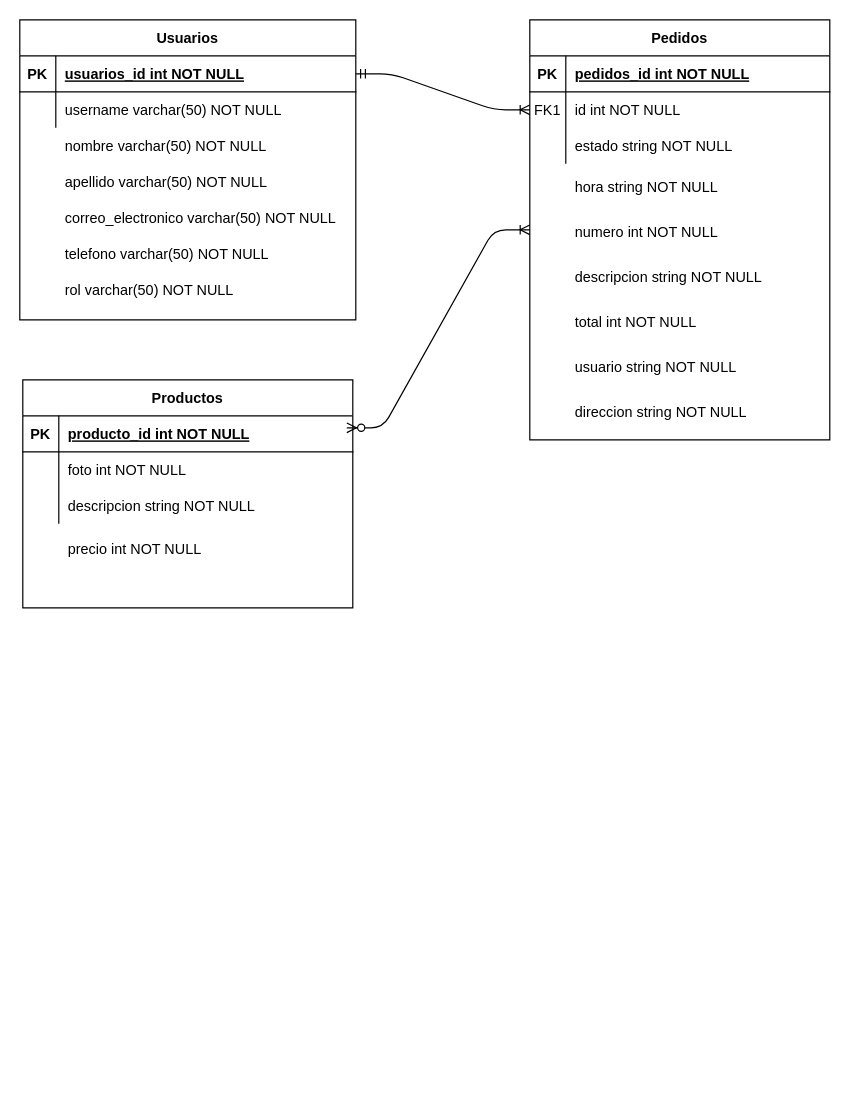
The draw.io diagram Esquema de Tablas.drawio in darodweb/Delilah-Resto, before the edit. Source tidied: cells renumbered, new cells numbered last; positions are measured from the earlier drawing's top-left corner, leaving out a move shared by most shapes. Both pictures are drawn from the tidied source at 120%, with x=0, y=0 at pixel (19, 19).
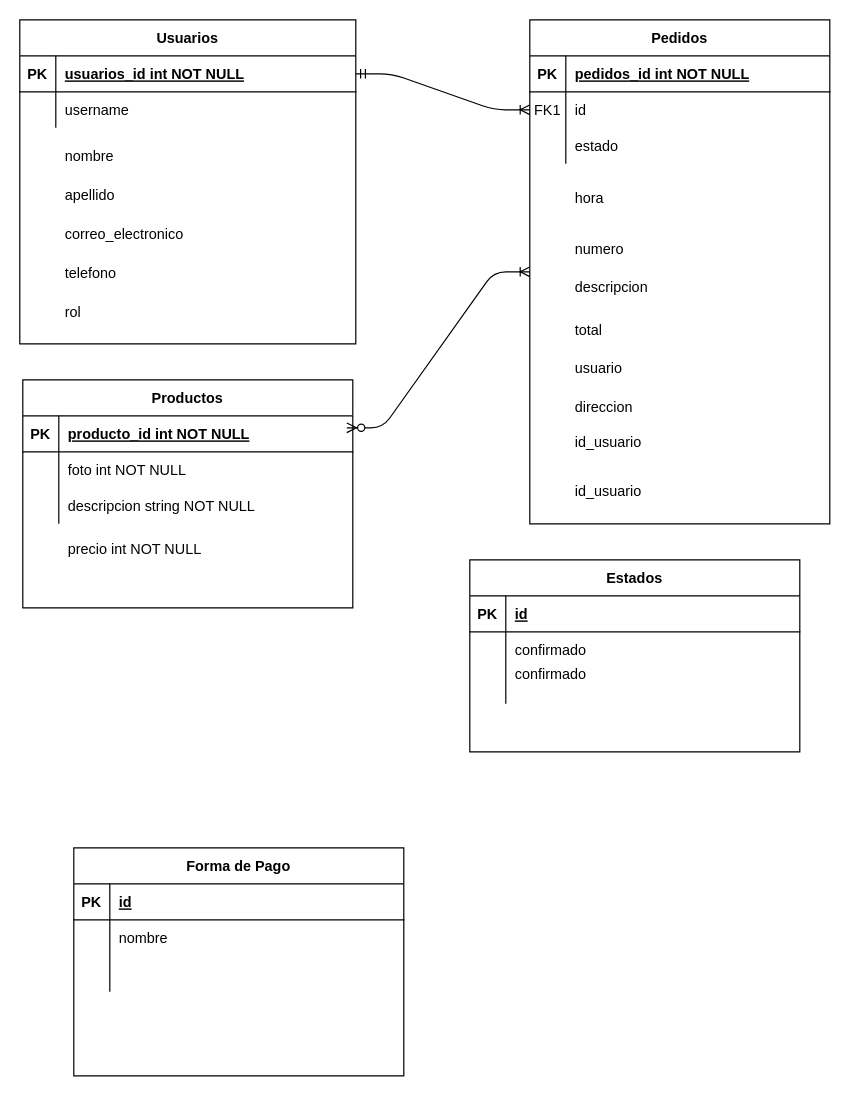
The same diagram, later.

The change refers to these unchanged cells:
```xml
<mxCell id="7" style="shape=partialRectangle;fillColor=none;points=[[0,0.5],[1,0.5]];portConstraint=eastwest;top=0;left=0;right=0;bottom=0;" parent="3" vertex="1">
  <mxGeometry y="60" width="250" height="30" as="geometry" />
</mxCell>
<mxCell id="10" style="shape=partialRectangle;fillColor=none;top=0;left=0;right=0;bottom=0;" parent="3" vertex="1">
  <mxGeometry y="90" width="250" height="30" as="geometry" />
</mxCell>
<mxCell id="24" style="shape=partialRectangle;fillColor=none;top=0;left=0;right=0;bottom=0;" parent="20" vertex="1">
  <mxGeometry y="60" width="280" height="30" as="geometry" />
</mxCell>
```

Change to the diagram source:
```diff
@@
     <mxCell id="2" style="group;" parent="1" vertex="1">
-      <mxGeometry x="425" width="250" height="350" as="geometry" />
+      <mxGeometry x="425" width="250" height="420" as="geometry" />
     </mxCell>
     <mxCell id="3" value="Pedidos" style="shape=table;startSize=30;childLayout=tableLayout;rowLines=0;fontStyle=1;align=center;" parent="2" vertex="1">
-      <mxGeometry width="250" height="350" as="geometry" />
+      <mxGeometry width="250" height="420" as="geometry" />
     </mxCell>
@@
-    <mxCell id="9" value="id int NOT NULL" style="shape=partialRectangle;overflow=hidden;fillColor=none;top=0;left=0;bottom=0;right=0;align=left;spacingLeft=6;" parent="7" vertex="1">
+    <mxCell id="9" value="id" style="shape=partialRectangle;overflow=hidden;fillColor=none;top=0;left=0;bottom=0;right=0;align=left;spacingLeft=6;" parent="7" vertex="1">
       <mxGeometry x="30" width="220" height="30" as="geometry" />
     </mxCell>
@@
-    <mxCell id="12" value="estado string NOT NULL" style="shape=partialRectangle;overflow=hidden;fillColor=none;top=0;left=0;bottom=0;right=0;align=left;spacingLeft=6;" parent="10" vertex="1">
+    <mxCell id="12" value="estado" style="shape=partialRectangle;overflow=hidden;fillColor=none;top=0;left=0;bottom=0;right=0;align=left;spacingLeft=6;" parent="10" vertex="1">
       <mxGeometry x="30" width="220" height="30" as="geometry" />
     </mxCell>
-    <mxCell id="13" value="hora string NOT NULL" style="shape=partialRectangle;overflow=hidden;fillColor=none;top=0;left=0;bottom=0;right=0;align=left;spacingLeft=6;" parent="2" vertex="1">
-      <mxGeometry x="30" y="120" width="220" height="37.5" as="geometry" />
+    <mxCell id="13" value="hora " style="shape=partialRectangle;overflow=hidden;fillColor=none;top=0;left=0;bottom=0;right=0;align=left;spacingLeft=6;" parent="2" vertex="1">
+      <mxGeometry x="30" y="126" width="220" height="45" as="geometry" />
     </mxCell>
-    <mxCell id="14" value="numero int NOT NULL" style="shape=partialRectangle;overflow=hidden;fillColor=none;top=0;left=0;bottom=0;right=0;align=left;spacingLeft=6;" parent="2" vertex="1">
-      <mxGeometry x="30" y="157.5" width="220" height="37.5" as="geometry" />
+    <mxCell id="14" value="numero" style="shape=partialRectangle;overflow=hidden;fillColor=none;top=0;left=0;bottom=0;right=0;align=left;spacingLeft=6;" parent="2" vertex="1">
+      <mxGeometry x="30" y="168" width="220" height="45" as="geometry" />
     </mxCell>
-    <mxCell id="15" value="descripcion string NOT NULL" style="shape=partialRectangle;overflow=hidden;fillColor=none;top=0;left=0;bottom=0;right=0;align=left;spacingLeft=6;" parent="2" vertex="1">
-      <mxGeometry x="30" y="195" width="220" height="37.5" as="geometry" />
+    <mxCell id="15" value="descripcion" style="shape=partialRectangle;overflow=hidden;fillColor=none;top=0;left=0;bottom=0;right=0;align=left;spacingLeft=6;" parent="2" vertex="1">
+      <mxGeometry x="30" y="200" width="220" height="45" as="geometry" />
     </mxCell>
-    <mxCell id="16" value="total int NOT NULL" style="shape=partialRectangle;overflow=hidden;fillColor=none;top=0;left=0;bottom=0;right=0;align=left;spacingLeft=6;" parent="2" vertex="1">
-      <mxGeometry x="30" y="232.5" width="220" height="37.5" as="geometry" />
+    <mxCell id="16" value="total " style="shape=partialRectangle;overflow=hidden;fillColor=none;top=0;left=0;bottom=0;right=0;align=left;spacingLeft=6;" parent="2" vertex="1">
+      <mxGeometry x="30" y="235.5" width="220" height="45" as="geometry" />
     </mxCell>
-    <mxCell id="17" value="usuario string NOT NULL" style="shape=partialRectangle;overflow=hidden;fillColor=none;top=0;left=0;bottom=0;right=0;align=left;spacingLeft=6;" parent="2" vertex="1">
-      <mxGeometry x="30" y="270" width="220" height="37.5" as="geometry" />
+    <mxCell id="17" value="usuario" style="shape=partialRectangle;overflow=hidden;fillColor=none;top=0;left=0;bottom=0;right=0;align=left;spacingLeft=6;" parent="2" vertex="1">
+      <mxGeometry x="30" y="267" width="220" height="45" as="geometry" />
     </mxCell>
-    <mxCell id="18" value="direccion string NOT NULL" style="shape=partialRectangle;overflow=hidden;fillColor=none;top=0;left=0;bottom=0;right=0;align=left;spacingLeft=6;" parent="2" vertex="1">
-      <mxGeometry x="30" y="307.5" width="220" height="37.5" as="geometry" />
+    <mxCell id="18" value="direccion" style="shape=partialRectangle;overflow=hidden;fillColor=none;top=0;left=0;bottom=0;right=0;align=left;spacingLeft=6;" parent="2" vertex="1">
+      <mxGeometry x="30" y="300" width="220" height="45" as="geometry" />
     </mxCell>
+    <mxCell id="47" value="id_usuario" style="shape=partialRectangle;overflow=hidden;fillColor=none;top=0;left=0;bottom=0;right=0;align=left;spacingLeft=6;" parent="2" vertex="1">
+      <mxGeometry x="30" y="370" width="220" height="45" as="geometry" />
+    </mxCell>
+    <mxCell id="48" value="id_usuario" style="shape=partialRectangle;overflow=hidden;fillColor=none;top=0;left=0;bottom=0;right=0;align=left;spacingLeft=6;" parent="2" vertex="1">
+      <mxGeometry x="30" y="330" width="220" height="42.9" as="geometry" />
+    </mxCell>
     <mxCell id="19" style="group;" parent="1" vertex="1">
-      <mxGeometry width="280" height="250" as="geometry" />
+      <mxGeometry width="280" height="270" as="geometry" />
     </mxCell>
     <mxCell id="20" value="Usuarios" style="shape=table;startSize=30;childLayout=tableLayout;rowLines=0;fontStyle=1;align=center;" parent="19" vertex="1">
-      <mxGeometry width="280" height="250" as="geometry" />
+      <mxGeometry width="280" height="270" as="geometry" />
     </mxCell>
@@
-    <mxCell id="26" value="username varchar(50) NOT NULL" style="shape=partialRectangle;overflow=hidden;fillColor=none;top=0;left=0;bottom=0;right=0;align=left;spacingLeft=6;" parent="24" vertex="1">
+    <mxCell id="26" value="username" style="shape=partialRectangle;overflow=hidden;fillColor=none;top=0;left=0;bottom=0;right=0;align=left;spacingLeft=6;" parent="24" vertex="1">
       <mxGeometry x="30" width="250" height="30" as="geometry" />
     </mxCell>
-    <mxCell id="27" value="nombre varchar(50) NOT NULL" style="shape=partialRectangle;overflow=hidden;fillColor=none;top=0;left=0;bottom=0;right=0;align=left;spacingLeft=6;" parent="19" vertex="1">
-      <mxGeometry x="30" y="90" width="250" height="30" as="geometry" />
+    <mxCell id="27" value="nombre" style="shape=partialRectangle;overflow=hidden;fillColor=none;top=0;left=0;bottom=0;right=0;align=left;spacingLeft=6;" parent="19" vertex="1">
+      <mxGeometry x="30" y="97.2" width="250" height="32.4" as="geometry" />
     </mxCell>
-    <mxCell id="28" value="apellido varchar(50) NOT NULL" style="shape=partialRectangle;overflow=hidden;fillColor=none;top=0;left=0;bottom=0;right=0;align=left;spacingLeft=6;" parent="19" vertex="1">
-      <mxGeometry x="30" y="120" width="250" height="30" as="geometry" />
+    <mxCell id="28" value="apellido" style="shape=partialRectangle;overflow=hidden;fillColor=none;top=0;left=0;bottom=0;right=0;align=left;spacingLeft=6;" parent="19" vertex="1">
+      <mxGeometry x="30" y="129.6" width="250" height="32.4" as="geometry" />
     </mxCell>
-    <mxCell id="29" value="correo_electronico varchar(50) NOT NULL" style="shape=partialRectangle;overflow=hidden;fillColor=none;top=0;left=0;bottom=0;right=0;align=left;spacingLeft=6;" parent="19" vertex="1">
-      <mxGeometry x="30" y="150" width="250" height="30" as="geometry" />
+    <mxCell id="29" value="correo_electronico" style="shape=partialRectangle;overflow=hidden;fillColor=none;top=0;left=0;bottom=0;right=0;align=left;spacingLeft=6;" parent="19" vertex="1">
+      <mxGeometry x="30" y="162" width="250" height="32.4" as="geometry" />
     </mxCell>
-    <mxCell id="30" value="telefono varchar(50) NOT NULL" style="shape=partialRectangle;overflow=hidden;fillColor=none;top=0;left=0;bottom=0;right=0;align=left;spacingLeft=6;" parent="19" vertex="1">
-      <mxGeometry x="30" y="180" width="250" height="30" as="geometry" />
+    <mxCell id="30" value="telefono" style="shape=partialRectangle;overflow=hidden;fillColor=none;top=0;left=0;bottom=0;right=0;align=left;spacingLeft=6;" parent="19" vertex="1">
+      <mxGeometry x="30" y="194.4" width="250" height="32.4" as="geometry" />
     </mxCell>
-    <mxCell id="31" value="rol varchar(50) NOT NULL" style="shape=partialRectangle;overflow=hidden;fillColor=none;top=0;left=0;bottom=0;right=0;align=left;spacingLeft=6;" parent="19" vertex="1">
-      <mxGeometry x="30" y="210" width="250" height="30" as="geometry" />
+    <mxCell id="31" value="rol" style="shape=partialRectangle;overflow=hidden;fillColor=none;top=0;left=0;bottom=0;right=0;align=left;spacingLeft=6;" parent="19" vertex="1">
+      <mxGeometry x="30" y="226.8" width="250" height="32.4" as="geometry" />
     </mxCell>
@@
+    <mxCell id="49" value="Estados" style="shape=table;startSize=30;childLayout=tableLayout;rowLines=0;fontStyle=1;align=center;" parent="1" vertex="1">
+      <mxGeometry x="375" y="450" width="275" height="160" as="geometry" />
+    </mxCell>
+    <mxCell id="50" style="shape=partialRectangle;fillColor=none;top=0;left=0;right=0;bottom=1;" parent="49" vertex="1">
+      <mxGeometry y="30" width="275" height="30" as="geometry" />
+    </mxCell>
+    <mxCell id="51" value="PK" style="shape=partialRectangle;overflow=hidden;fillColor=none;top=0;left=0;bottom=0;right=0;fontStyle=1;" parent="50" vertex="1">
+      <mxGeometry width="30" height="30" as="geometry" />
+    </mxCell>
+    <mxCell id="52" value="id" style="shape=partialRectangle;overflow=hidden;fillColor=none;top=0;left=0;bottom=0;right=0;align=left;spacingLeft=6;fontStyle=5;" parent="50" vertex="1">
+      <mxGeometry x="30" width="245" height="30" as="geometry" />
+    </mxCell>
+    <mxCell id="53" style="shape=partialRectangle;fillColor=none;top=0;left=0;right=0;bottom=0;" parent="49" vertex="1">
+      <mxGeometry y="60" width="275" height="30" as="geometry" />
+    </mxCell>
+    <mxCell id="54" style="shape=partialRectangle;overflow=hidden;fillColor=none;top=0;left=0;bottom=0;right=0;" parent="53" vertex="1">
+      <mxGeometry width="30" height="30" as="geometry" />
+    </mxCell>
+    <mxCell id="55" value="confirmado" style="shape=partialRectangle;overflow=hidden;fillColor=none;top=0;left=0;bottom=0;right=0;align=left;spacingLeft=6;" parent="53" vertex="1">
+      <mxGeometry x="30" width="245" height="30" as="geometry" />
+    </mxCell>
+    <mxCell id="56" style="shape=partialRectangle;fillColor=none;top=0;left=0;right=0;bottom=0;" parent="49" vertex="1">
+      <mxGeometry y="90" width="275" height="30" as="geometry" />
+    </mxCell>
+    <mxCell id="57" style="shape=partialRectangle;overflow=hidden;fillColor=none;top=0;left=0;bottom=0;right=0;" parent="56" vertex="1">
+      <mxGeometry width="30" height="30" as="geometry" />
+    </mxCell>
+    <mxCell id="58" style="shape=partialRectangle;overflow=hidden;fillColor=none;top=0;left=0;bottom=0;right=0;align=left;spacingLeft=6;" parent="56" vertex="1">
+      <mxGeometry x="30" width="245" height="30" as="geometry" />
+    </mxCell>
+    <mxCell id="59" value="Forma de Pago" style="shape=table;startSize=30;childLayout=tableLayout;rowLines=0;fontStyle=1;align=center;" parent="1" vertex="1">
+      <mxGeometry x="45" y="690" width="275" height="190" as="geometry" />
+    </mxCell>
+    <mxCell id="60" style="shape=partialRectangle;fillColor=none;top=0;left=0;right=0;bottom=1;" parent="59" vertex="1">
+      <mxGeometry y="30" width="275" height="30" as="geometry" />
+    </mxCell>
+    <mxCell id="61" value="PK" style="shape=partialRectangle;overflow=hidden;fillColor=none;top=0;left=0;bottom=0;right=0;fontStyle=1;" parent="60" vertex="1">
+      <mxGeometry width="30" height="30" as="geometry" />
+    </mxCell>
+    <mxCell id="62" value="id" style="shape=partialRectangle;overflow=hidden;fillColor=none;top=0;left=0;bottom=0;right=0;align=left;spacingLeft=6;fontStyle=5;" parent="60" vertex="1">
+      <mxGeometry x="30" width="245" height="30" as="geometry" />
+    </mxCell>
+    <mxCell id="63" style="shape=partialRectangle;fillColor=none;top=0;left=0;right=0;bottom=0;" parent="59" vertex="1">
+      <mxGeometry y="60" width="275" height="30" as="geometry" />
+    </mxCell>
+    <mxCell id="64" style="shape=partialRectangle;overflow=hidden;fillColor=none;top=0;left=0;bottom=0;right=0;" parent="63" vertex="1">
+      <mxGeometry width="30" height="30" as="geometry" />
+    </mxCell>
+    <mxCell id="65" value="nombre" style="shape=partialRectangle;overflow=hidden;fillColor=none;top=0;left=0;bottom=0;right=0;align=left;spacingLeft=6;" parent="63" vertex="1">
+      <mxGeometry x="30" width="245" height="30" as="geometry" />
+    </mxCell>
+    <mxCell id="66" style="shape=partialRectangle;fillColor=none;top=0;left=0;right=0;bottom=0;" parent="59" vertex="1">
+      <mxGeometry y="90" width="275" height="30" as="geometry" />
+    </mxCell>
+    <mxCell id="67" style="shape=partialRectangle;overflow=hidden;fillColor=none;top=0;left=0;bottom=0;right=0;" parent="66" vertex="1">
+      <mxGeometry width="30" height="30" as="geometry" />
+    </mxCell>
+    <mxCell id="68" style="shape=partialRectangle;overflow=hidden;fillColor=none;top=0;left=0;bottom=0;right=0;align=left;spacingLeft=6;" parent="66" vertex="1">
+      <mxGeometry x="30" width="245" height="30" as="geometry" />
+    </mxCell>
+    <mxCell id="69" value="confirmado" style="shape=partialRectangle;overflow=hidden;fillColor=none;top=0;left=0;bottom=0;right=0;align=left;spacingLeft=6;" parent="1" vertex="1">
+      <mxGeometry x="405" y="530" width="245" height="30" as="geometry" />
+    </mxCell>
```
